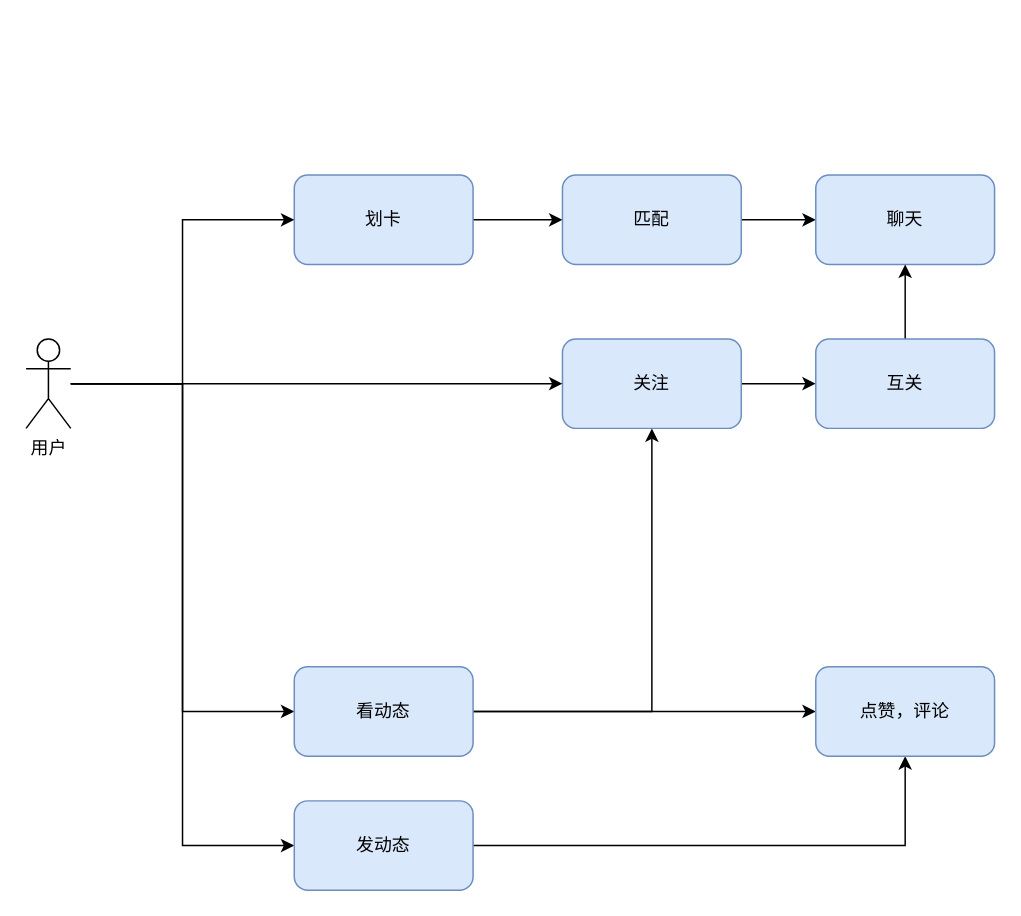
effyroth/drawio2 keeps this draw.io diagram as sns.drawio. Above is the earlier version. Source tidied: cells renumbered, new cells numbered last; positions are measured from the earlier drawing's top-left corner, leaving out a move shared by most shapes. Both pictures are drawn from the tidied source at 149%, with x=0, y=0 at pixel (25, 174).
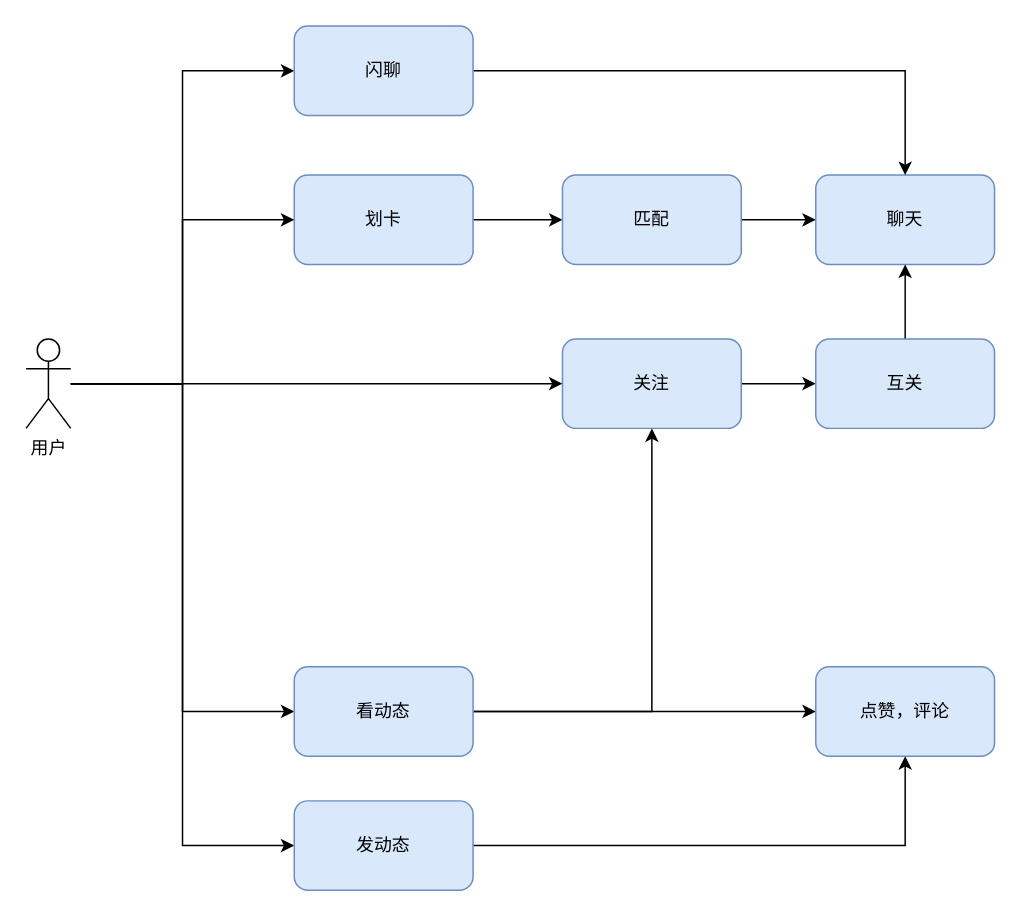
After the change.

The change refers to these unchanged cells:
```xml
<mxCell id="6" value="聊天" style="rounded=1;whiteSpace=wrap;html=1;fillColor=#dae8fc;strokeColor=#6c8ebf;" parent="1" vertex="1">
  <mxGeometry x="530" width="120" height="60" as="geometry" />
</mxCell>
<mxCell id="15" value="用户" style="shape=umlActor;verticalLabelPosition=bottom;labelBackgroundColor=#ffffff;verticalAlign=top;html=1;outlineConnect=0;" parent="1" vertex="1">
  <mxGeometry y="110" width="30" height="60" as="geometry" />
</mxCell>
```

The edit, as a diff of the source:
```diff
@@
+    <mxCell id="22" style="edgeStyle=orthogonalEdgeStyle;rounded=0;jettySize=auto;html=1;entryX=0;entryY=0.5;entryDx=0;entryDy=0;" parent="1" edge="1" source="15" target="24">
+      <mxGeometry relative="1" as="geometry" />
+    </mxCell>
@@
+    <mxCell id="23" style="edgeStyle=orthogonalEdgeStyle;rounded=0;jettySize=auto;html=1;entryX=0.5;entryY=0;entryDx=0;entryDy=0;" parent="1" edge="1" source="24" target="6">
+      <mxGeometry relative="1" as="geometry" />
+    </mxCell>
+    <mxCell id="24" value="闪聊" style="rounded=1;whiteSpace=wrap;html=1;fillColor=#dae8fc;strokeColor=#6c8ebf;" parent="1" vertex="1">
+      <mxGeometry x="180" y="-100" width="120" height="60" as="geometry" />
+    </mxCell>
```
